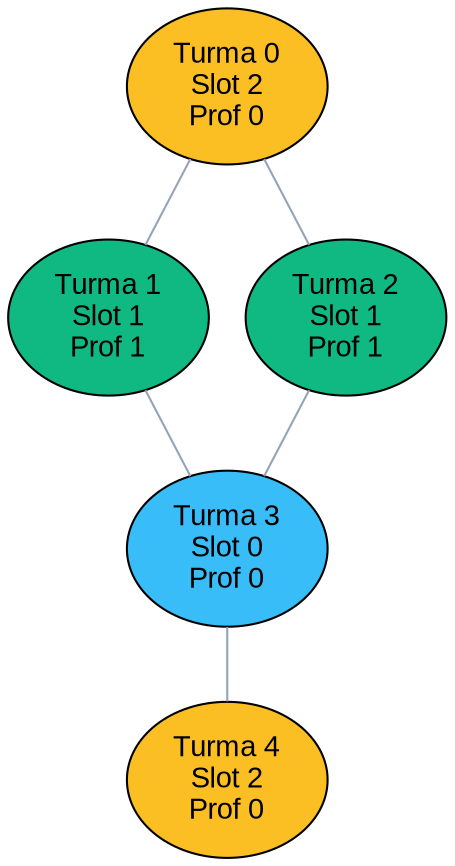
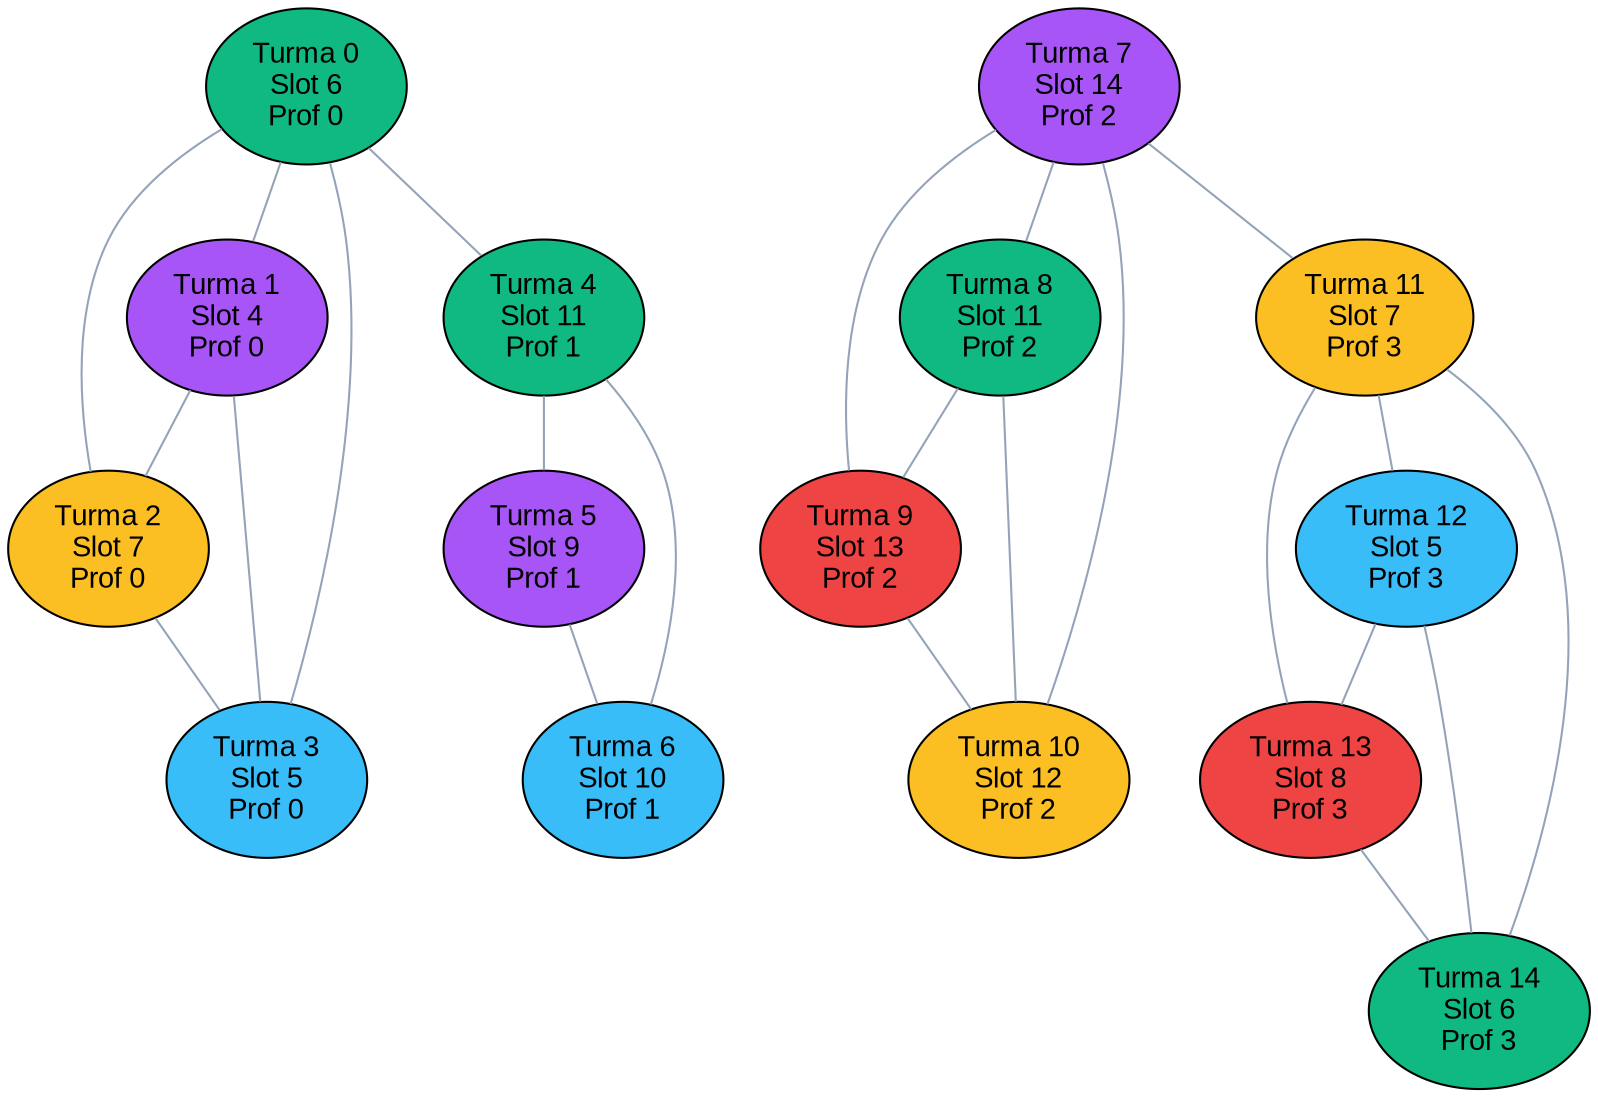
graph UCTP {
    node [style=filled, fontname="Arial"];

-     0 [label="Turma 0\nSlot 2\nProf 0", fillcolor="#fbbf24"];
-     1 [label="Turma 1\nSlot 1\nProf 1", fillcolor="#10b981"];
-     2 [label="Turma 2\nSlot 1\nProf 1", fillcolor="#10b981"];
-     3 [label="Turma 3\nSlot 0\nProf 0", fillcolor="#38bdf8"];
-     4 [label="Turma 4\nSlot 2\nProf 0", fillcolor="#fbbf24"];
+     0 [label="Turma 0\nSlot 6\nProf 0", fillcolor="#10b981"];
+     1 [label="Turma 1\nSlot 4\nProf 0", fillcolor="#a855f7"];
+     2 [label="Turma 2\nSlot 7\nProf 0", fillcolor="#fbbf24"];
+     3 [label="Turma 3\nSlot 5\nProf 0", fillcolor="#38bdf8"];
+     4 [label="Turma 4\nSlot 11\nProf 1", fillcolor="#10b981"];
+     5 [label="Turma 5\nSlot 9\nProf 1", fillcolor="#a855f7"];
+     6 [label="Turma 6\nSlot 10\nProf 1", fillcolor="#38bdf8"];
+     7 [label="Turma 7\nSlot 14\nProf 2", fillcolor="#a855f7"];
+     8 [label="Turma 8\nSlot 11\nProf 2", fillcolor="#10b981"];
+     9 [label="Turma 9\nSlot 13\nProf 2", fillcolor="#ef4444"];
+     10 [label="Turma 10\nSlot 12\nProf 2", fillcolor="#fbbf24"];
+     11 [label="Turma 11\nSlot 7\nProf 3", fillcolor="#fbbf24"];
+     12 [label="Turma 12\nSlot 5\nProf 3", fillcolor="#38bdf8"];
+     13 [label="Turma 13\nSlot 8\nProf 3", fillcolor="#ef4444"];
+     14 [label="Turma 14\nSlot 6\nProf 3", fillcolor="#10b981"];

    0 -- 1 [color="#94a3b8"];
    0 -- 2 [color="#94a3b8"];
+     0 -- 3 [color="#94a3b8"];
+     0 -- 4 [color="#94a3b8"];
+     1 -- 2 [color="#94a3b8"];
    1 -- 3 [color="#94a3b8"];
    2 -- 3 [color="#94a3b8"];
-     3 -- 4 [color="#94a3b8"];
+     4 -- 5 [color="#94a3b8"];
+     4 -- 6 [color="#94a3b8"];
+     5 -- 6 [color="#94a3b8"];
+     7 -- 8 [color="#94a3b8"];
+     7 -- 9 [color="#94a3b8"];
+     7 -- 10 [color="#94a3b8"];
+     7 -- 11 [color="#94a3b8"];
+     8 -- 9 [color="#94a3b8"];
+     8 -- 10 [color="#94a3b8"];
+     9 -- 10 [color="#94a3b8"];
+     11 -- 12 [color="#94a3b8"];
+     11 -- 13 [color="#94a3b8"];
+     11 -- 14 [color="#94a3b8"];
+     12 -- 13 [color="#94a3b8"];
+     12 -- 14 [color="#94a3b8"];
+     13 -- 14 [color="#94a3b8"];
}
